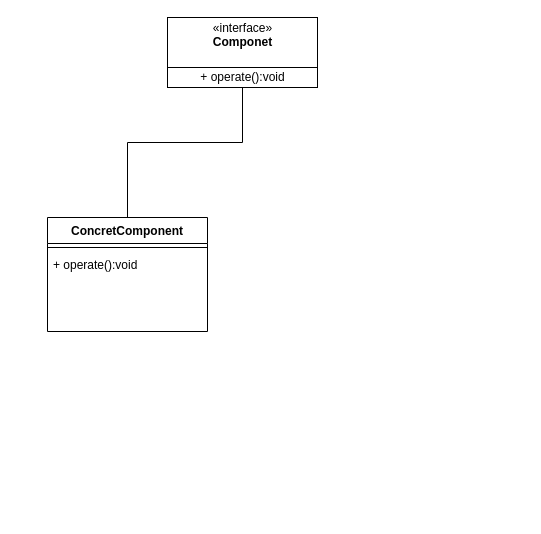
Above: designPattern/Untitled Diagram.drawio in dcais/draw (draw.io), before the change. Source tidied: cells renumbered, new cells numbered last; positions are measured from the earlier drawing's top-left corner, leaving out a move shared by most shapes. Both pictures are drawn from the tidied source at 100%, with x=0, y=0 at pixel (47, 17).
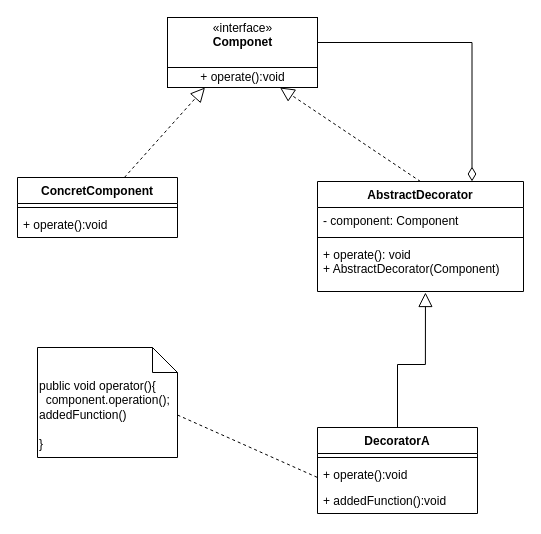
The same page after the edit.

The change refers to these unchanged cells:
```xml
<mxCell id="7" value="«interface»&lt;br&gt;&lt;b&gt;Componet&lt;br&gt;&lt;br&gt;&lt;/b&gt;" style="html=1;" parent="6" vertex="1">
  <mxGeometry width="150" height="50" as="geometry" />
</mxCell>
<mxCell id="8" value="+ operate():void" style="html=1;" parent="6" vertex="1">
  <mxGeometry y="50" width="150" height="20" as="geometry" />
</mxCell>
```

What changed in the source:
```diff
@@
-    <mxCell id="2" style="edgeStyle=orthogonalEdgeStyle;rounded=0;jettySize=auto;html=1;entryX=0.5;entryY=1;entryDx=0;entryDy=0;" parent="1" edge="1" source="3" target="7">
+    <mxCell id="2" style="rounded=0;jettySize=auto;html=1;dashed=1;endArrow=block;endFill=0;entryX=0.25;entryY=1;entryDx=0;entryDy=0;endSize=12;strokeWidth=1;" parent="1" edge="1" source="3" target="8">
       <mxGeometry relative="1" as="geometry" />
     </mxCell>
     <mxCell id="3" value="ConcretComponent" style="swimlane;fontStyle=1;align=center;verticalAlign=top;horizontal=1;startSize=26;" parent="1" vertex="1">
-      <mxGeometry y="200" width="160" height="114" as="geometry" />
+      <mxGeometry x="-30" y="160" width="160" height="60" as="geometry" />
     </mxCell>
@@
     <mxCell id="5" value="+ operate():void" style="text;strokeColor=none;fillColor=none;align=left;verticalAlign=top;spacingLeft=4;spacingRight=4;overflow=hidden;" parent="3" vertex="1">
-      <mxGeometry y="34" width="160" height="80" as="geometry" />
+      <mxGeometry y="34" width="160" height="26" as="geometry" />
     </mxCell>
@@
+    <mxCell id="9" style="edgeStyle=none;rounded=0;jettySize=auto;html=1;exitX=0.5;exitY=0;exitDx=0;exitDy=0;entryX=0.75;entryY=1;entryDx=0;entryDy=0;dashed=1;endArrow=block;endFill=0;endSize=12;strokeWidth=1;" parent="1" edge="1" source="10" target="8">
+      <mxGeometry relative="1" as="geometry" />
+    </mxCell>
+    <mxCell id="10" value="AbstractDecorator" style="swimlane;fontStyle=1;align=center;verticalAlign=top;horizontal=1;startSize=26;" parent="1" vertex="1">
+      <mxGeometry x="270" y="164" width="206" height="110" as="geometry" />
+    </mxCell>
+    <mxCell id="11" value="- component: Component" style="text;strokeColor=none;fillColor=none;align=left;verticalAlign=top;spacingLeft=4;spacingRight=4;overflow=hidden;" parent="10" vertex="1">
+      <mxGeometry y="26" width="206" height="26" as="geometry" />
+    </mxCell>
+    <mxCell id="12" style="line;strokeWidth=1;fillColor=none;align=left;verticalAlign=middle;spacingTop=-1;spacingLeft=3;spacingRight=3;labelPosition=right;" parent="10" vertex="1">
+      <mxGeometry y="52" width="206" height="8" as="geometry" />
+    </mxCell>
+    <mxCell id="13" value="+ operate(): void&#10;+ AbstractDecorator(Component)" style="text;strokeColor=none;fillColor=none;align=left;verticalAlign=top;spacingLeft=4;spacingRight=4;overflow=hidden;points=[[0,0.5],[1,0.5]];portConstraint=eastwest;" parent="10" vertex="1">
+      <mxGeometry y="60" width="206" height="50" as="geometry" />
+    </mxCell>
+    <mxCell id="14" style="edgeStyle=orthogonalEdgeStyle;rounded=0;jettySize=auto;html=1;exitX=1;exitY=0.5;exitDx=0;exitDy=0;entryX=0.75;entryY=0;entryDx=0;entryDy=0;endArrow=diamondThin;endFill=0;endSize=12;strokeWidth=1;" parent="1" edge="1" source="7" target="10">
+      <mxGeometry relative="1" as="geometry" />
+    </mxCell>
+    <mxCell id="15" style="edgeStyle=orthogonalEdgeStyle;rounded=0;jettySize=auto;html=1;exitX=0.5;exitY=0;exitDx=0;exitDy=0;entryX=0.524;entryY=1.02;entryDx=0;entryDy=0;entryPerimeter=0;endArrow=block;endFill=0;endSize=12;strokeWidth=1;" parent="1" edge="1" source="16" target="13">
+      <mxGeometry relative="1" as="geometry" />
+    </mxCell>
+    <mxCell id="16" value="DecoratorA&#10;" style="swimlane;fontStyle=1;align=center;verticalAlign=top;horizontal=1;startSize=26;" parent="1" vertex="1">
+      <mxGeometry x="270" y="410" width="160" height="86" as="geometry" />
+    </mxCell>
+    <mxCell id="17" style="line;strokeWidth=1;fillColor=none;align=left;verticalAlign=middle;spacingTop=-1;spacingLeft=3;spacingRight=3;labelPosition=right;" parent="16" vertex="1">
+      <mxGeometry y="26" width="160" height="8" as="geometry" />
+    </mxCell>
+    <mxCell id="18" value="+ operate():void" style="text;strokeColor=none;fillColor=none;align=left;verticalAlign=top;spacingLeft=4;spacingRight=4;overflow=hidden;" parent="16" vertex="1">
+      <mxGeometry y="34" width="160" height="26" as="geometry" />
+    </mxCell>
+    <mxCell id="19" value="+ addedFunction():void" style="text;strokeColor=none;fillColor=none;align=left;verticalAlign=top;spacingLeft=4;spacingRight=4;overflow=hidden;" parent="16" vertex="1">
+      <mxGeometry y="60" width="160" height="26" as="geometry" />
+    </mxCell>
+    <mxCell id="20" style="rounded=0;jettySize=auto;html=1;exitX=0;exitY=0;exitDx=140;exitDy=67.5;exitPerimeter=0;endArrow=none;endFill=0;endSize=12;strokeWidth=1;dashed=1;" parent="1" edge="1" source="21">
+      <mxGeometry relative="1" as="geometry">
+        <mxPoint x="270" y="460" as="targetPoint" />
+      </mxGeometry>
+    </mxCell>
+    <mxCell id="21" value="public void operator(){&lt;br&gt;&amp;nbsp; component.operation();&lt;br&gt;addedFunction()&lt;br&gt;&lt;br&gt;}" style="shape=note2;boundedLbl=1;whiteSpace=wrap;html=1;size=25;verticalAlign=top;align=left;" parent="1" vertex="1">
+      <mxGeometry x="-10" y="330" width="140" height="110" as="geometry" />
+    </mxCell>
```
